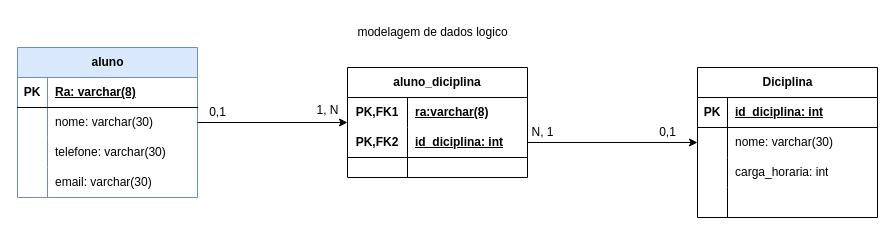
Before: aulas/02/entidadeRelacionamento.drawio in walterhml/Banco-De-Dados-Senac, a draw.io diagram. Source tidied: cells renumbered, new cells numbered last; positions are measured from the earlier drawing's top-left corner, leaving out a move shared by most shapes. Both pictures are drawn from the tidied source at 100%, with x=0, y=0 at pixel (17, 17).
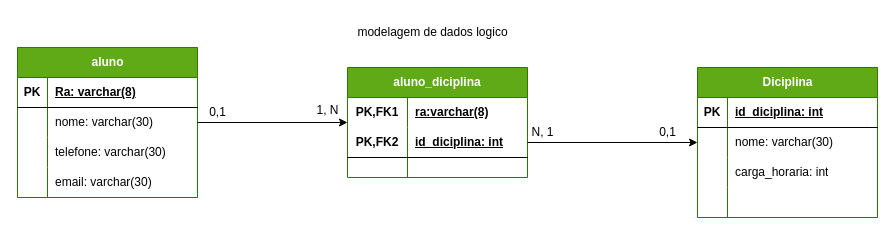
After the change.

Diff of the diagram source:
```diff
@@
-    <mxCell id="2" value="aluno" style="shape=table;startSize=30;childLayout=tableLayout;rowLines=0;fontStyle=1;align=center;html=1;fillColor=#dae8fc;strokeColor=#6c8ebf;" parent="1" vertex="1">
+    <mxCell id="2" value="aluno" style="shape=table;startSize=30;childLayout=tableLayout;rowLines=0;fontStyle=1;align=center;html=1;fillColor=#60a917;strokeColor=#2D7600;fontColor=#ffffff;" parent="1" vertex="1">
       <mxGeometry y="30" width="180" height="150" as="geometry" />
     </mxCell>
@@
-    <mxCell id="16" value="aluno_diciplina" style="shape=table;startSize=30;childLayout=tableLayout;rowLines=0;fontStyle=1;align=center;html=1;whiteSpace=wrap;" parent="1" vertex="1">
+    <mxCell id="16" value="aluno_diciplina" style="shape=table;startSize=30;childLayout=tableLayout;rowLines=0;fontStyle=1;align=center;html=1;whiteSpace=wrap;fillColor=#60a917;fontColor=#ffffff;strokeColor=#2D7600;" parent="1" vertex="1">
       <mxGeometry x="330" y="50" width="180" height="110" as="geometry" />
     </mxCell>
@@
-    <mxCell id="26" value="Diciplina" style="shape=table;startSize=30;childLayout=tableLayout;rowLines=0;fontStyle=1;align=center;html=1;" parent="1" vertex="1">
+    <mxCell id="26" value="Diciplina" style="shape=table;startSize=30;childLayout=tableLayout;rowLines=0;fontStyle=1;align=center;html=1;fillColor=#60a917;fontColor=#ffffff;strokeColor=#2D7600;" parent="1" vertex="1">
       <mxGeometry x="680" y="50" width="180" height="150" as="geometry" />
     </mxCell>
```
